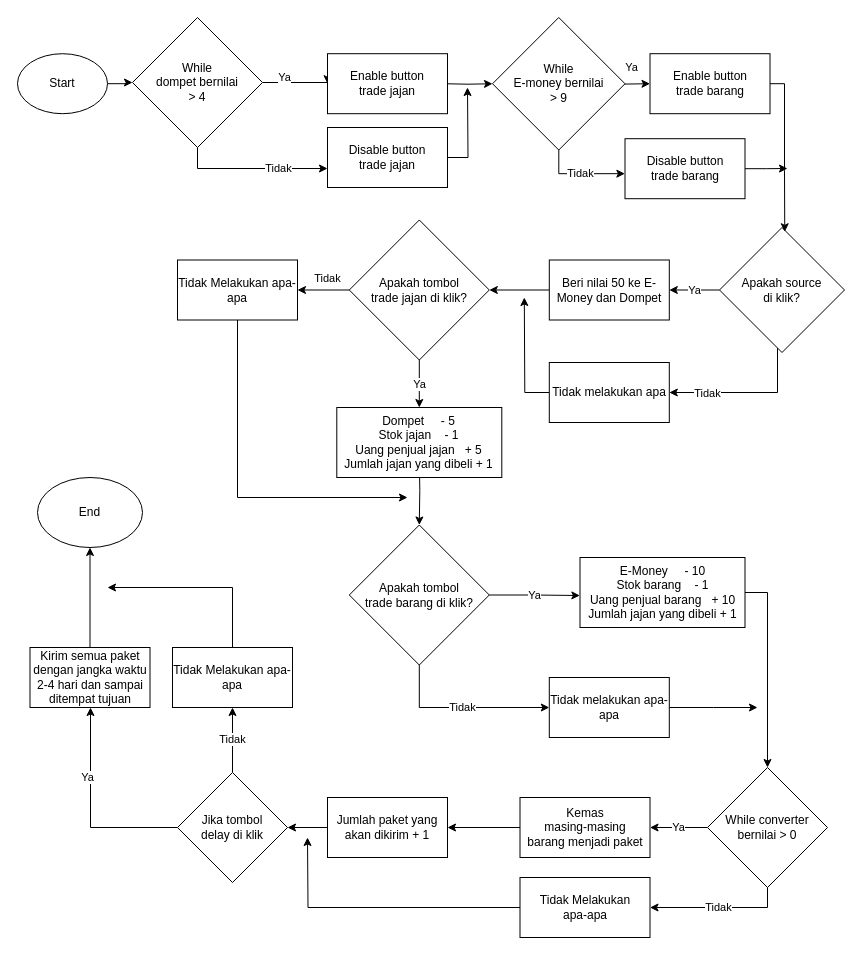
Earlier version of the draw.io diagram Machination 2.drawio (ArisHengkerPro/PENS). Source tidied: cells renumbered, new cells numbered last; positions are measured from the earlier drawing's top-left corner, leaving out a move shared by most shapes. Both pictures are drawn from the tidied source at 100%, with x=0, y=0 at pixel (17, 17).
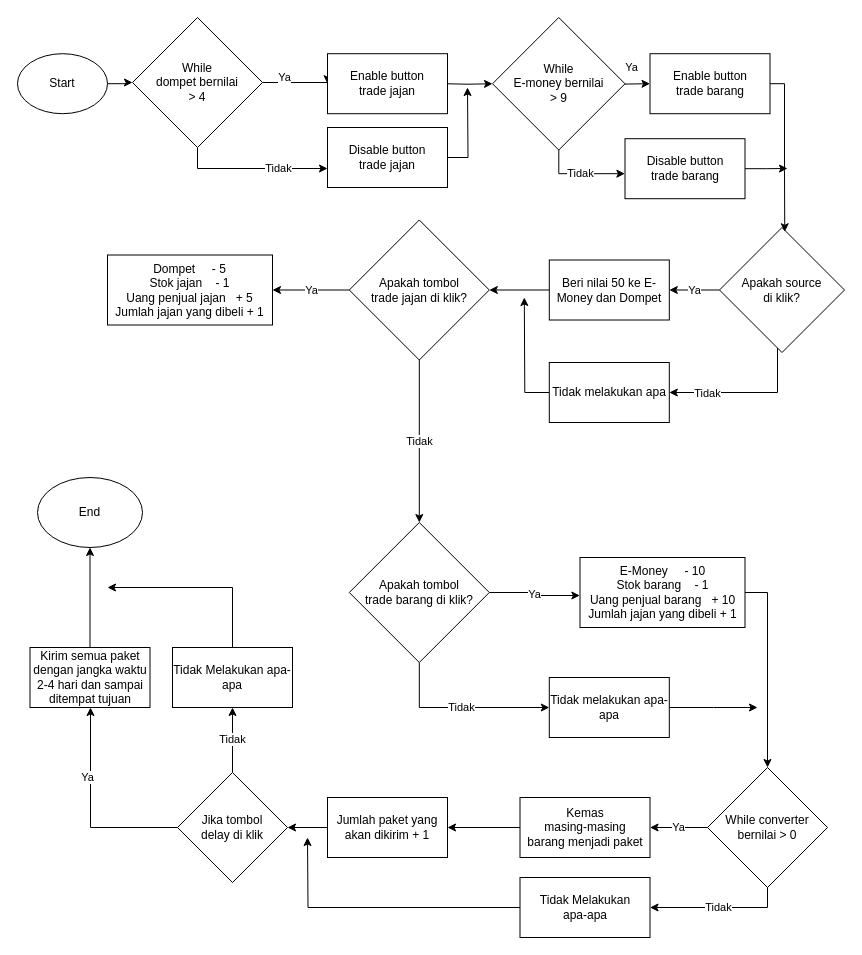
The same page after the edit.

The change refers to these unchanged cells:
```xml
<mxCell id="25" value="Apakah tombol &lt;br&gt;trade jajan di klik?" style="rhombus;whiteSpace=wrap;html=1;" parent="1" vertex="1">
  <mxGeometry x="331.8" y="202.5" width="140" height="140" as="geometry" />
</mxCell>
```

Change to the diagram source:
```diff
@@
-    <mxCell id="23" value="Ya" style="edgeStyle=orthogonalEdgeStyle;rounded=0;jettySize=auto;html=1;entryX=0.5;entryY=0;entryDx=0;entryDy=0;" parent="1" edge="1" source="25" target="27">
+    <mxCell id="23" value="Ya" style="edgeStyle=orthogonalEdgeStyle;rounded=0;jettySize=auto;html=1;" parent="1" edge="1" source="25" target="27">
       <mxGeometry relative="1" as="geometry" />
     </mxCell>
-    <mxCell id="24" value="Tidak" style="edgeStyle=orthogonalEdgeStyle;rounded=0;jettySize=auto;html=1;entryX=1;entryY=0.5;entryDx=0;entryDy=0;" parent="1" edge="1" source="25" target="29">
-      <mxGeometry x="-0.16" y="-13" relative="1" as="geometry">
-        <mxPoint y="1" as="offset" />
-      </mxGeometry>
+    <mxCell id="24" value="Tidak" style="edgeStyle=orthogonalEdgeStyle;rounded=0;jettySize=auto;html=1;entryX=0.5;entryY=0;entryDx=0;entryDy=0;" parent="1" edge="1" source="25" target="32">
+      <mxGeometry relative="1" as="geometry" />
     </mxCell>
@@
-    <mxCell id="26" style="edgeStyle=orthogonalEdgeStyle;rounded=0;jettySize=auto;html=1;entryX=0.5;entryY=0;entryDx=0;entryDy=0;" parent="1" edge="1" target="32">
-      <mxGeometry relative="1" as="geometry">
-        <mxPoint x="401.8" y="437.5" as="sourcePoint" />
-      </mxGeometry>
-    </mxCell>
     <mxCell id="27" value="Dompet &lt;span style=&quot;white-space: pre&quot;&gt; &lt;/span&gt;&lt;span style=&quot;white-space: pre&quot;&gt; &lt;span style=&quot;white-space: pre&quot;&gt; &lt;/span&gt;&lt;span style=&quot;white-space: pre&quot;&gt; &lt;/span&gt;&lt;/span&gt;- 5&lt;br&gt;Stok jajan &lt;span style=&quot;white-space: pre&quot;&gt; &lt;span style=&quot;white-space: pre&quot;&gt; &lt;/span&gt;&lt;span style=&quot;white-space: pre&quot;&gt; &lt;/span&gt;&lt;/span&gt;- 1&lt;br&gt;Uang penjual jajan &lt;span style=&quot;white-space: pre&quot;&gt; &lt;/span&gt;&lt;span style=&quot;white-space: pre&quot;&gt; &lt;/span&gt;+ 5&lt;br&gt;Jumlah jajan yang dibeli + 1" style="rounded=0;whiteSpace=wrap;html=1;" parent="1" vertex="1">
-      <mxGeometry x="319.3" y="390" width="165" height="70" as="geometry" />
+      <mxGeometry x="90" y="237.5" width="165" height="70" as="geometry" />
     </mxCell>
-    <mxCell id="28" style="edgeStyle=orthogonalEdgeStyle;rounded=0;orthogonalLoop=1;jettySize=auto;html=1;" parent="1" edge="1">
-      <mxGeometry relative="1" as="geometry">
-        <mxPoint x="220" y="280" as="sourcePoint" />
-        <mxPoint x="390" y="480" as="targetPoint" />
-        <Array as="points">
-          <mxPoint x="220" y="480" />
-        </Array>
-      </mxGeometry>
-    </mxCell>
-    <mxCell id="29" value="Tidak Melakukan apa-apa" style="rounded=0;whiteSpace=wrap;html=1;" parent="1" vertex="1">
-      <mxGeometry x="160" y="242.5" width="120" height="60" as="geometry" />
-    </mxCell>
@@
     <mxCell id="32" value="Apakah tombol &lt;br&gt;trade barang di klik?" style="rhombus;whiteSpace=wrap;html=1;" parent="1" vertex="1">
-      <mxGeometry x="331.8" y="507.5" width="140" height="140" as="geometry" />
+      <mxGeometry x="331.8" y="505" width="140" height="140" as="geometry" />
     </mxCell>
```
